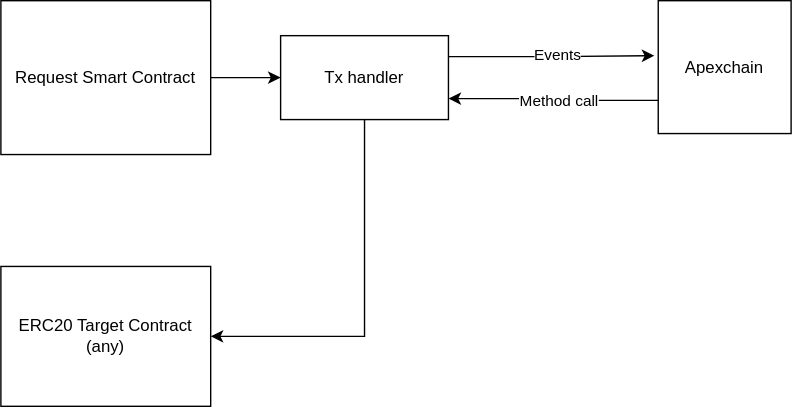
beamuu/senior-project-concepts keeps this draw.io diagram as ATTC-concepts.drawio.svg. Above is the earlier version. Source tidied: cells renumbered, new cells last; positions are measured from the earlier drawing's top-left corner, leaving out a move shared by most shapes.
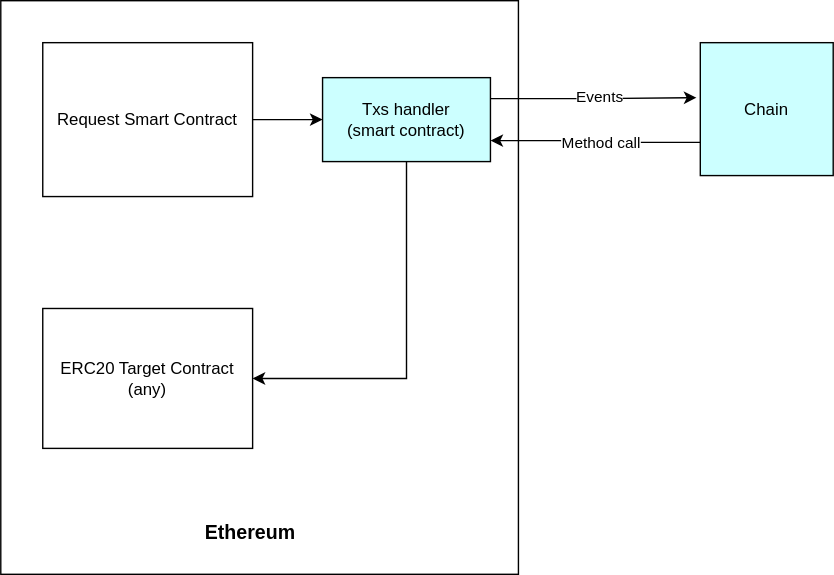
Later version of the same file.

Diff of the diagram source:
```diff
@@ -2,6 +2,9 @@
   <root>
     <mxCell id="0" />
     <mxCell id="1" parent="0" />
+    <mxCell id="12" style="rounded=0;whiteSpace=wrap;html=1;" parent="1" vertex="1">
+      <mxGeometry x="-30" y="-30" width="370" height="410" as="geometry" />
+    </mxCell>
     <mxCell id="2" style="edgeStyle=orthogonalEdgeStyle;rounded=0;jettySize=auto;html=1;exitX=1;exitY=0.5;exitDx=0;exitDy=0;entryX=0;entryY=0.5;entryDx=0;entryDy=0;" parent="1" edge="1" source="3" target="7">
       <mxGeometry relative="1" as="geometry" />
     </mxCell>
@@ -17,7 +20,7 @@
     <mxCell id="6" value="Events" style="edgeLabel;html=1;align=center;verticalAlign=middle;" parent="5" vertex="1">
       <mxGeometry x="0.06" y="1" relative="1" as="geometry" />
     </mxCell>
-    <mxCell id="7" value="Tx handler" style="rounded=0;whiteSpace=wrap;html=1;" parent="1" vertex="1">
+    <mxCell id="7" value="Txs handler&lt;br&gt;(smart contract)" style="rounded=0;whiteSpace=wrap;html=1;fillColor=#CCFFFF;" parent="1" vertex="1">
       <mxGeometry x="200" y="25" width="120" height="60" as="geometry" />
     </mxCell>
     <mxCell id="8" value="ERC20 Target Contract&lt;br&gt;(any)" style="rounded=0;whiteSpace=wrap;html=1;" parent="1" vertex="1">
@@ -29,8 +32,11 @@
     <mxCell id="10" value="Method call" style="edgeLabel;html=1;align=center;verticalAlign=middle;" parent="9" vertex="1">
       <mxGeometry x="-0.05" relative="1" as="geometry" />
     </mxCell>
-    <mxCell id="11" value="Apexchain" style="whiteSpace=wrap;html=1;" parent="1" vertex="1">
+    <mxCell id="11" value="Chain" style="whiteSpace=wrap;html=1;fillColor=#CCFFFF;" parent="1" vertex="1">
       <mxGeometry x="470" width="95" height="95" as="geometry" />
     </mxCell>
+    <mxCell id="13" value="&lt;b&gt;&lt;font style=&quot;font-size: 14px&quot;&gt;Ethereum&amp;nbsp;&lt;/font&gt;&lt;/b&gt;" style="text;html=1;align=center;verticalAlign=middle;fillColor=none;strokeColor=none;rounded=0;" parent="1" vertex="1">
+      <mxGeometry x="110" y="340" width="80" height="20" as="geometry" />
+    </mxCell>
   </root>
 </mxGraphModel>
```
